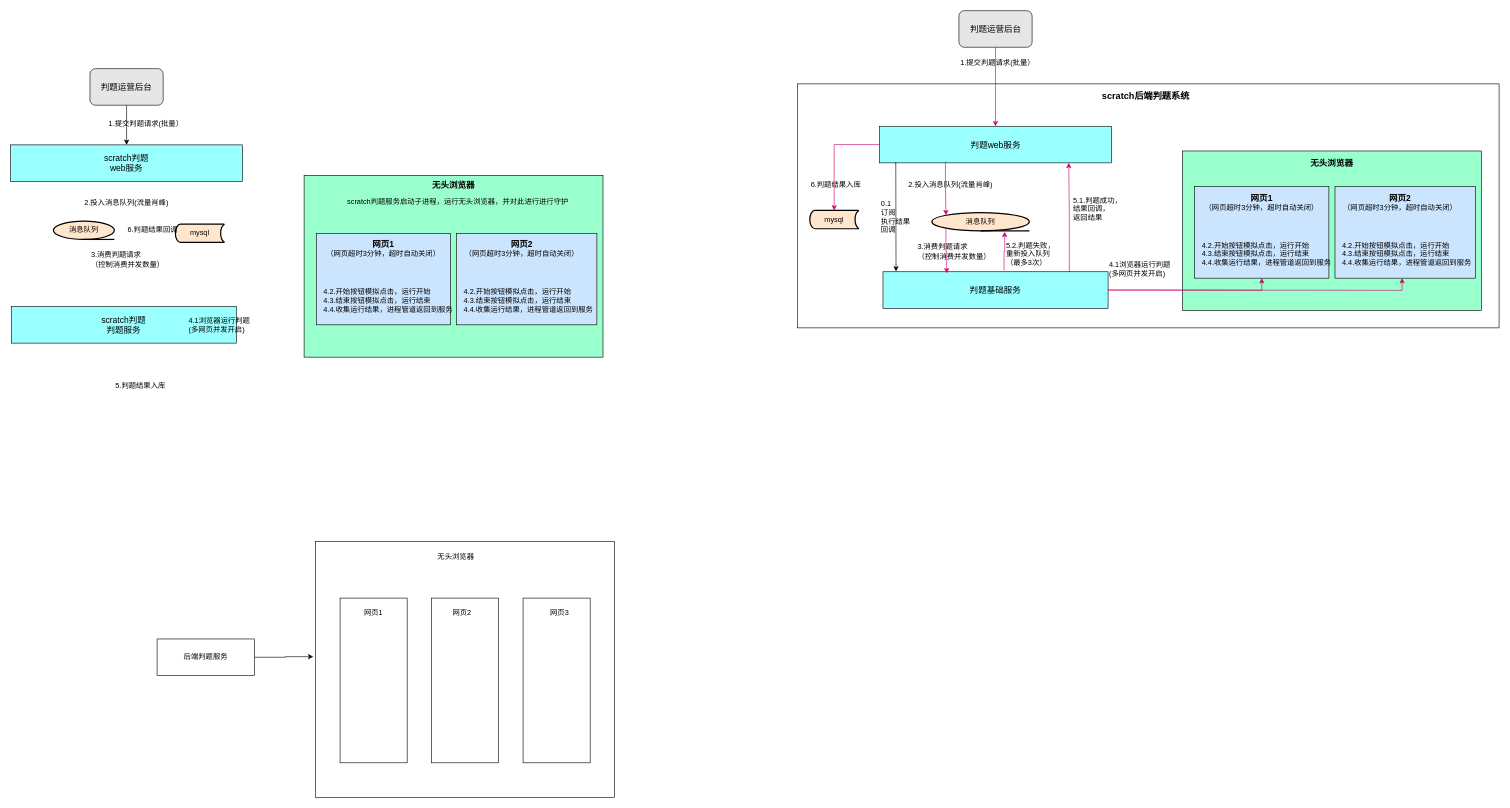
xiell2016/hetaoDesign keeps this draw.io diagram as scratch后端判题.drawio. Above is the earlier version. Source tidied: cells renumbered, new cells numbered last; positions are measured from the earlier drawing's top-left corner, leaving out a move shared by most shapes. Both pictures are drawn from the tidied source at 61%, with x=0, y=0 at pixel (10, 10).
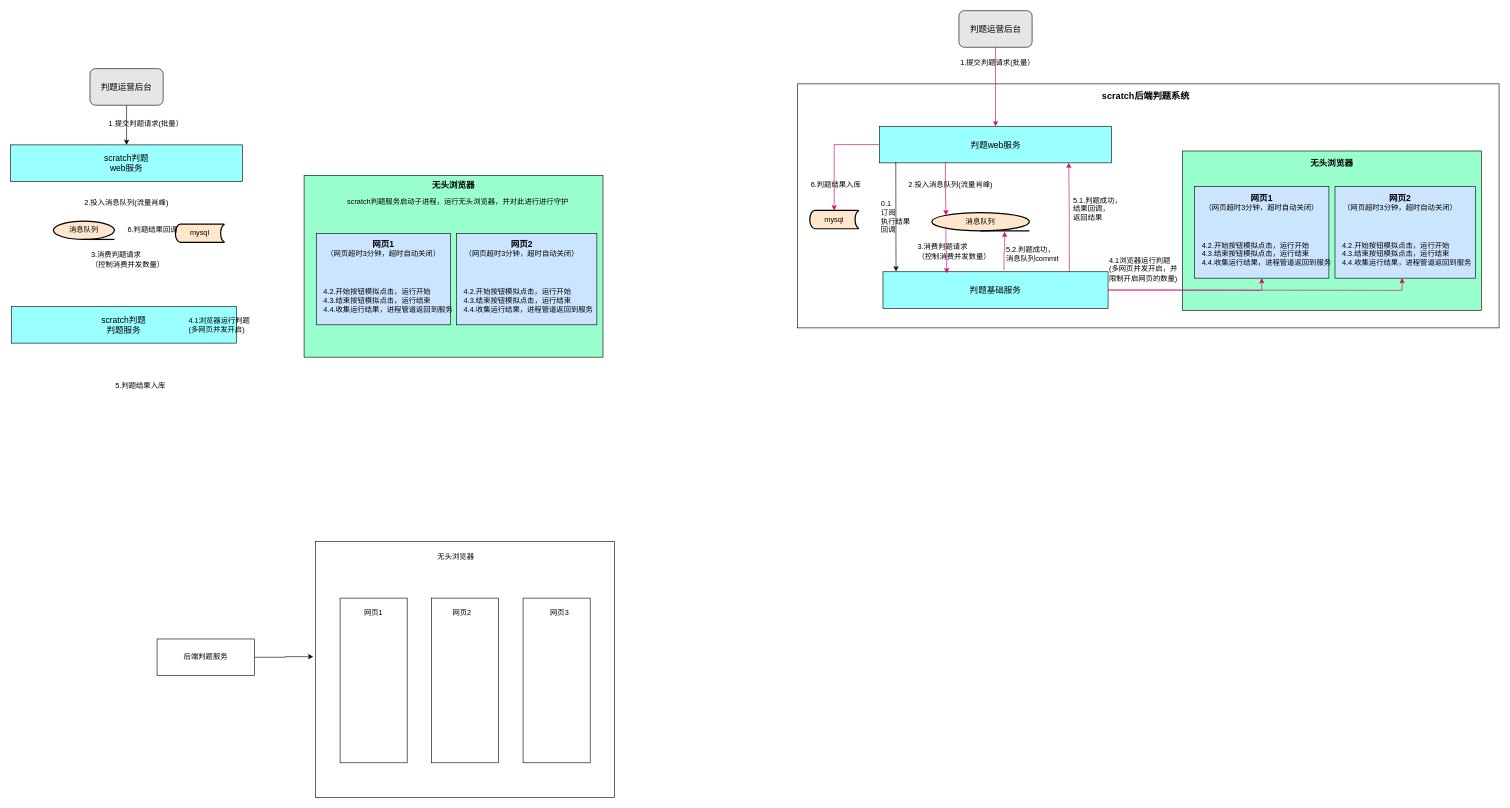
The same page after the edit.

Commit message:
更新scratch后端判题.drawio

Change to the diagram source:
```diff
@@
-    <mxCell id="48" value="4.1浏览器运行判题&lt;br&gt;(多网页并发开启)" style="text;html=1;strokeColor=none;fillColor=none;align=left;verticalAlign=middle;whiteSpace=wrap;rounded=0;" parent="1" vertex="1">
+    <mxCell id="48" value="4.1浏览器运行判题&lt;br&gt;(多网页并发开启，并&lt;br&gt;限制开启网页的数量)" style="text;html=1;strokeColor=none;fillColor=none;align=left;verticalAlign=middle;whiteSpace=wrap;rounded=0;" parent="1" vertex="1">
       <mxGeometry x="1799" y="408.5" width="130" height="30" as="geometry" />
     </mxCell>
@@
-    <mxCell id="64" value="5.2.判题失败，&lt;br&gt;重新投入队列&lt;br&gt;（最多3次）" style="text;html=1;strokeColor=none;fillColor=none;align=left;verticalAlign=middle;whiteSpace=wrap;rounded=0;" parent="1" vertex="1">
+    <mxCell id="64" value="5.2.判题成功，&lt;br&gt;消息队列commit" style="text;html=1;strokeColor=none;fillColor=none;align=left;verticalAlign=middle;whiteSpace=wrap;rounded=0;" parent="1" vertex="1">
       <mxGeometry x="1630" y="383.5" width="100" height="30" as="geometry" />
     </mxCell>
```
